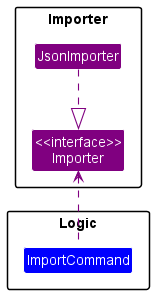
Above: docs/images/ImporterClassDiagram.png in nus-cs2103-AY2223S2/tp (PlantUML), before the change. Its diagram source:
```plantuml
@startuml
!include style.puml
skinparam arrowThickness 1.1
skinparam arrowColor #purple
skinparam classBackgroundColor #purple

package Importer {

Class "<<interface>>\nImporter" as Importer
Class JsonImporter
}

package Logic{
Class ImportCommand #blue
}

JsonImporter ..|> Importer


ImportCommand .up.> Importer

@enduml
```
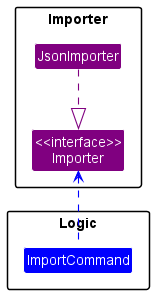
After the change.

Diff of the diagram source:
```diff
@@ -17,6 +17,6 @@
 JsonImporter ..|> Importer
 
 
-ImportCommand .up.> Importer
+ImportCommand .up.> Importer #blue
 
 @enduml
```
